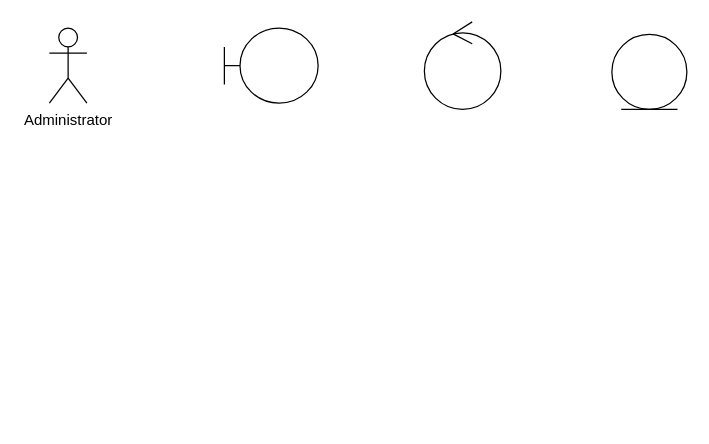
Before: Pert 11/Seq-Prak-1.drawio in mahesri/uml_ads_sms3, a draw.io diagram. Source tidied: cells renumbered, new cells numbered last; positions are measured from the earlier drawing's top-left corner, leaving out a move shared by most shapes. Both pictures are drawn from the tidied source at 125%, with x=0, y=0 at pixel (49, 21).
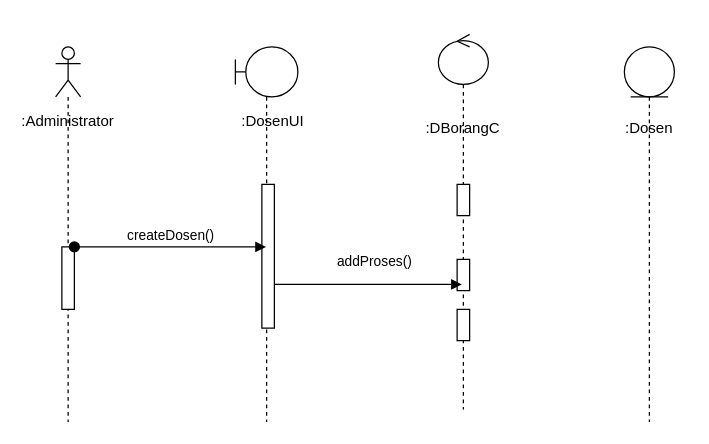
The same page after the edit.

What changed in the source:
```diff
@@
 <mxGraphModel>
   <root>
     <mxCell id="0" />
     <mxCell id="1" parent="0" />
-    <mxCell id="2" style="ellipse;shape=umlControl;whiteSpace=wrap;html=1;" parent="1" vertex="1">
-      <mxGeometry x="300" width="61.2" height="70" as="geometry" />
-    </mxCell>
-    <mxCell id="3" style="shape=umlBoundary;whiteSpace=wrap;html=1;" parent="1" vertex="1">
-      <mxGeometry x="140" y="5" width="75" height="60" as="geometry" />
-    </mxCell>
-    <mxCell id="4" style="ellipse;shape=umlEntity;whiteSpace=wrap;html=1;" parent="1" vertex="1">
-      <mxGeometry x="450" y="10" width="60" height="60" as="geometry" />
-    </mxCell>
-    <mxCell id="5" value="Administrator" style="shape=umlActor;verticalLabelPosition=bottom;verticalAlign=top;html=1;" parent="1" vertex="1">
-      <mxGeometry y="5" width="30" height="60" as="geometry" />
-    </mxCell>
+    <mxCell id="6" style="shape=umlLifeline;perimeter=lifelinePerimeter;whiteSpace=wrap;html=1;newEdgeStyle={&quot;curved&quot;:0,&quot;rounded&quot;:0};participant=umlActor;" parent="1" vertex="1">
+      <mxGeometry x="5" y="20" width="20" height="300" as="geometry" />
+    </mxCell>
+    <mxCell id="7" style="html=1;perimeter=orthogonalPerimeter;targetShapes=umlLifeline;newEdgeStyle={&quot;curved&quot;:0,&quot;rounded&quot;:0};" parent="6" vertex="1">
+      <mxGeometry x="5" y="160" width="10" height="50" as="geometry" />
+    </mxCell>
+    <mxCell id="8" value=":DosenUI" style="text;html=1;strokeColor=none;fillColor=none;align=center;verticalAlign=middle;whiteSpace=wrap;rounded=0;" parent="1" vertex="1">
+      <mxGeometry x="148.8" y="65" width="60" height="30" as="geometry" />
+    </mxCell>
+    <mxCell id="9" value=":DBorangC" style="text;html=1;strokeColor=none;fillColor=none;align=center;verticalAlign=middle;whiteSpace=wrap;rounded=0;" parent="1" vertex="1">
+      <mxGeometry x="301.2" y="70" width="60" height="30" as="geometry" />
+    </mxCell>
+    <mxCell id="10" value=":Dosen" style="text;html=1;strokeColor=none;fillColor=none;align=center;verticalAlign=middle;whiteSpace=wrap;rounded=0;" parent="1" vertex="1">
+      <mxGeometry x="450" y="70" width="60" height="30" as="geometry" />
+    </mxCell>
+    <mxCell id="11" style="shape=umlLifeline;perimeter=lifelinePerimeter;whiteSpace=wrap;html=1;outlineConnect=0;portConstraint=eastwest;newEdgeStyle={&quot;curved&quot;:0,&quot;rounded&quot;:0};participant=umlBoundary;" parent="1" vertex="1">
+      <mxGeometry x="148.8" y="20" width="50" height="300" as="geometry" />
+    </mxCell>
+    <mxCell id="12" style="html=1;points=[[0,0,0,0,5],[0,1,0,0,-5],[1,0,0,0,5],[1,1,0,0,-5]];perimeter=orthogonalPerimeter;outlineConnect=0;targetShapes=umlLifeline;portConstraint=eastwest;newEdgeStyle={&quot;curved&quot;:0,&quot;rounded&quot;:0};" parent="11" vertex="1">
+      <mxGeometry x="21.2" y="110" width="10" height="115" as="geometry" />
+    </mxCell>
+    <mxCell id="13" style="shape=umlLifeline;perimeter=lifelinePerimeter;whiteSpace=wrap;html=1;newEdgeStyle={&quot;curved&quot;:0,&quot;rounded&quot;:0};participant=umlEntity;" parent="1" vertex="1">
+      <mxGeometry x="460" y="20" width="40" height="300" as="geometry" />
+    </mxCell>
+    <mxCell id="14" style="shape=umlLifeline;perimeter=lifelinePerimeter;whiteSpace=wrap;html=1;outlineConnect=0;portConstraint=eastwest;newEdgeStyle={&quot;curved&quot;:0,&quot;rounded&quot;:0};participant=umlControl;" parent="1" vertex="1">
+      <mxGeometry x="311.2" y="10" width="40" height="300" as="geometry" />
+    </mxCell>
+    <mxCell id="15" style="html=1;perimeter=orthogonalPerimeter;targetShapes=umlLifeline;newEdgeStyle={&quot;curved&quot;:0,&quot;rounded&quot;:0};" parent="14" vertex="1">
+      <mxGeometry x="15" y="120" width="10" height="25" as="geometry" />
+    </mxCell>
+    <mxCell id="16" style="html=1;perimeter=orthogonalPerimeter;targetShapes=umlLifeline;newEdgeStyle={&quot;curved&quot;:0,&quot;rounded&quot;:0};" parent="14" vertex="1">
+      <mxGeometry x="15" y="220" width="10" height="25" as="geometry" />
+    </mxCell>
+    <mxCell id="17" style="html=1;points=[[0,0,0,0,5],[0,1,0,0,-5],[1,0,0,0,5],[1,1,0,0,-5]];perimeter=orthogonalPerimeter;outlineConnect=0;targetShapes=umlLifeline;portConstraint=eastwest;newEdgeStyle={&quot;curved&quot;:0,&quot;rounded&quot;:0};" parent="14" vertex="1">
+      <mxGeometry x="15" y="180" width="10" height="25" as="geometry" />
+    </mxCell>
+    <mxCell id="18" value="addProses()" style="html=1;verticalAlign=bottom;endArrow=block;curved=0;rounded=0;" parent="14" edge="1" source="17" target="14">
+      <mxGeometry y="71" relative="1" as="geometry">
+        <mxPoint x="-71" y="-2" as="offset" />
+      </mxGeometry>
+    </mxCell>
+    <mxCell id="19" value=":Administrator" style="text;html=1;strokeColor=none;fillColor=none;align=center;verticalAlign=middle;whiteSpace=wrap;rounded=0;" parent="1" vertex="1">
+      <mxGeometry x="-15" y="65" width="60" height="30" as="geometry" />
+    </mxCell>
+    <mxCell id="20" value="createDosen()" style="html=1;verticalAlign=bottom;startArrow=oval;startFill=1;endArrow=block;startSize=8;curved=0;rounded=0;" parent="1" edge="1" target="11">
+      <mxGeometry relative="1" as="geometry">
+        <mxPoint x="20" y="180" as="sourcePoint" />
+      </mxGeometry>
+    </mxCell>
+    <mxCell id="21" style="html=1;verticalAlign=bottom;endArrow=block;curved=0;rounded=0;" parent="1" edge="1" source="12">
+      <mxGeometry relative="1" as="geometry">
+        <mxPoint x="330" y="210" as="targetPoint" />
+      </mxGeometry>
+    </mxCell>
   </root>
 </mxGraphModel>
```
